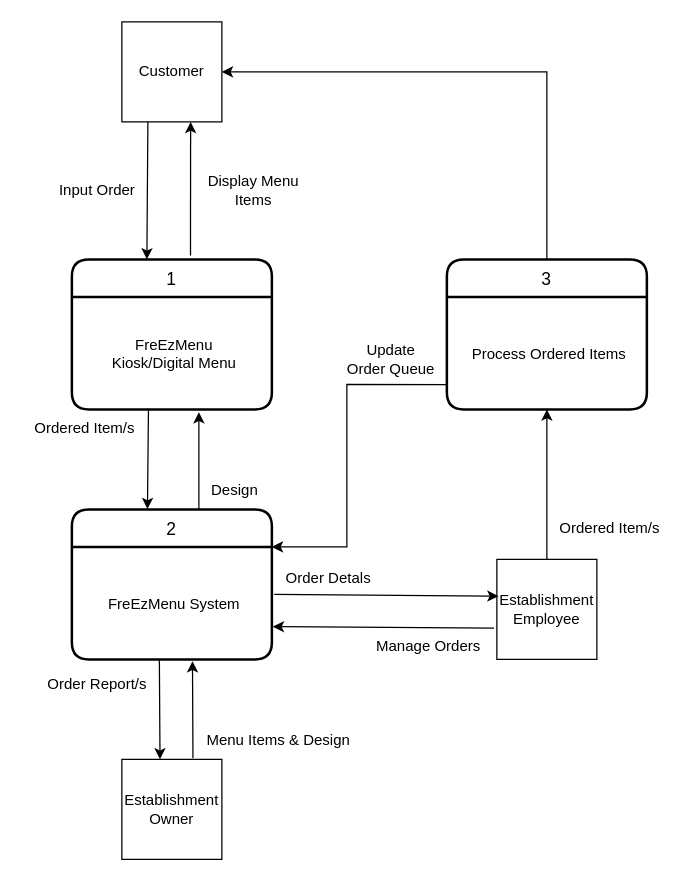
The draw.io diagram DOCS/Diagrams/Data Flow Diagram 1.drawio in alexxGmZ/MenuMaApp, before the edit. Source tidied: cells renumbered, new cells numbered last; positions are measured from the earlier drawing's top-left corner, leaving out a move shared by most shapes. Both pictures are drawn from the tidied source at 125%, with x=0, y=0 at pixel (21, 21).
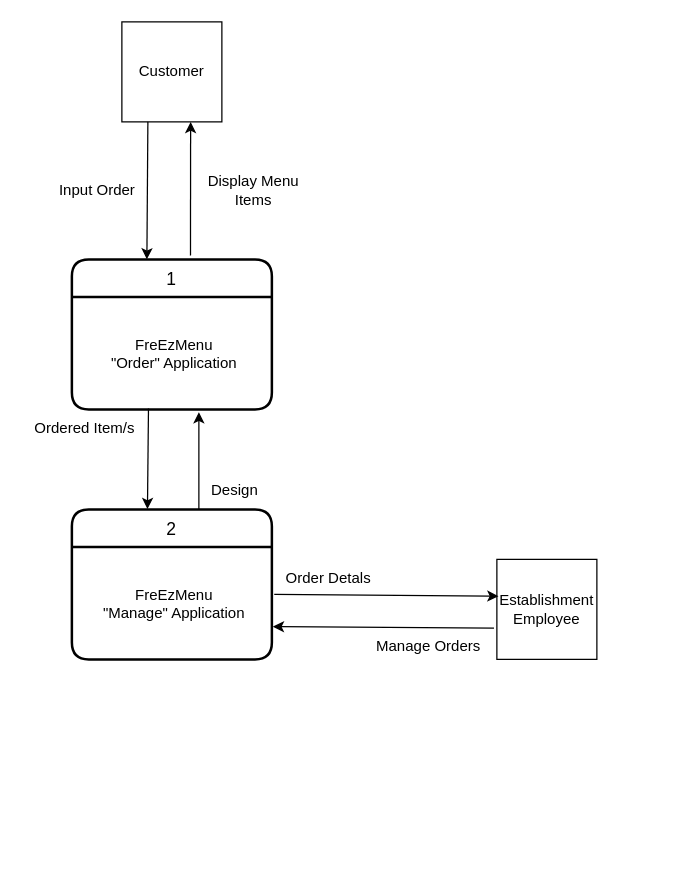
The same diagram, later.

Unchanged cells that the change refers to:
```xml
<mxCell id="2" value="Customer" style="whiteSpace=wrap;html=1;" parent="1" vertex="1">
  <mxGeometry x="80" width="80" height="80" as="geometry" />
</mxCell>
<mxCell id="3" value="Establishment&lt;br&gt;Employee" style="whiteSpace=wrap;html=1;" parent="1" vertex="1">
  <mxGeometry x="380" y="430" width="80" height="80" as="geometry" />
</mxCell>
<mxCell id="5" value="1" style="swimlane;horizontal=1;startSize=30;rounded=1;fontSize=14;fontStyle=0;strokeWidth=2;shadow=0;dashed=0;align=center;" parent="1" vertex="1">
  <mxGeometry x="40" y="190" width="160" height="120" as="geometry" />
</mxCell>
<mxCell id="7" value="2" style="swimlane;horizontal=1;startSize=30;rounded=1;fontSize=14;fontStyle=0;strokeWidth=2;shadow=0;dashed=0;align=center;" parent="1" vertex="1">
  <mxGeometry x="40" y="390" width="160" height="120" as="geometry" />
</mxCell>
```

What changed in the source:
```diff
@@
-    <mxCell id="4" value="Establishment&lt;br&gt;Owner" style="whiteSpace=wrap;html=1;" parent="1" vertex="1">
-      <mxGeometry x="80" y="590" width="80" height="80" as="geometry" />
-    </mxCell>
@@
-    <mxCell id="6" value="FreEzMenu&#10;Kiosk/Digital Menu" style="align=center;strokeColor=none;fillColor=none;spacingLeft=4;fontSize=12;verticalAlign=middle;" parent="5" vertex="1">
+    <mxCell id="6" value="FreEzMenu&#10;&quot;Order&quot; Application" style="align=center;strokeColor=none;fillColor=none;spacingLeft=4;fontSize=12;verticalAlign=middle;" parent="5" vertex="1">
       <mxGeometry y="30" width="160" height="90" as="geometry" />
     </mxCell>
@@
-    <mxCell id="8" value="FreEzMenu System" style="align=center;strokeColor=none;fillColor=none;spacingLeft=4;fontSize=12;verticalAlign=middle;" parent="7" vertex="1">
+    <mxCell id="8" value="FreEzMenu&#10;&quot;Manage&quot; Application" style="align=center;strokeColor=none;fillColor=none;spacingLeft=4;fontSize=12;verticalAlign=middle;" parent="7" vertex="1">
       <mxGeometry y="30" width="160" height="90" as="geometry" />
     </mxCell>
@@
-    <mxCell id="13" style="endArrow=classic;html=1;entryX=0.603;entryY=1.016;entryDx=0;entryDy=0;entryPerimeter=0;exitX=0.711;exitY=-0.012;exitDx=0;exitDy=0;exitPerimeter=0;" parent="1" edge="1" source="4" target="8">
-      <mxGeometry relative="1" as="geometry" />
-    </mxCell>
-    <mxCell id="14" style="endArrow=classic;html=1;entryX=0.378;entryY=-0.002;entryDx=0;entryDy=0;entryPerimeter=0;" parent="1" edge="1">
-      <mxGeometry relative="1" as="geometry">
-        <mxPoint x="110" y="510" as="sourcePoint" />
-        <mxPoint x="110.5" y="590" as="targetPoint" />
-      </mxGeometry>
-    </mxCell>
-    <mxCell id="15" value="3" style="swimlane;horizontal=1;startSize=30;rounded=1;fontSize=14;fontStyle=0;strokeWidth=2;shadow=0;dashed=0;align=center;" parent="1" vertex="1">
-      <mxGeometry x="340" y="190" width="160" height="120" as="geometry" />
-    </mxCell>
-    <mxCell id="16" value="Process Ordered Items" style="align=center;strokeColor=none;fillColor=none;spacingLeft=4;fontSize=12;verticalAlign=middle;" parent="15" vertex="1">
-      <mxGeometry y="30" width="160" height="90" as="geometry" />
-    </mxCell>
-    <mxCell id="17" style="endArrow=classic;html=1;entryX=0.5;entryY=1;entryDx=0;entryDy=0;rounded=0;exitX=0.5;exitY=0;exitDx=0;exitDy=0;" parent="1" edge="1" source="3" target="16">
-      <mxGeometry relative="1" as="geometry" />
-    </mxCell>
-    <mxCell id="18" style="endArrow=classic;html=1;rounded=0;entryX=1;entryY=0.5;entryDx=0;entryDy=0;exitX=0.5;exitY=0;exitDx=0;exitDy=0;" parent="1" edge="1" source="15" target="2">
-      <mxGeometry relative="1" as="geometry">
-        <Array as="points">
-          <mxPoint x="420" y="40" />
-        </Array>
-      </mxGeometry>
-    </mxCell>
-    <mxCell id="19" value="Ordered Item/s" style="text;html=1;align=center;verticalAlign=middle;strokeColor=none;fillColor=none;" parent="1" vertex="1">
-      <mxGeometry x="420" y="390" width="100" height="30" as="geometry" />
-    </mxCell>
@@
-    <mxCell id="24" value="Order Report/s" style="text;html=1;align=center;verticalAlign=middle;strokeColor=none;fillColor=none;" parent="1" vertex="1">
-      <mxGeometry x="10" y="515" width="100" height="30" as="geometry" />
-    </mxCell>
-    <mxCell id="25" value="Menu Items &amp;amp; Design" style="text;html=1;align=center;verticalAlign=middle;strokeColor=none;fillColor=none;" parent="1" vertex="1">
-      <mxGeometry x="135" y="560" width="140" height="30" as="geometry" />
-    </mxCell>
@@
-    <mxCell id="30" style="endArrow=classic;html=1;rounded=0;entryX=1;entryY=0.25;entryDx=0;entryDy=0;exitX=0.005;exitY=0.78;exitDx=0;exitDy=0;exitPerimeter=0;" parent="1" edge="1" source="16" target="7">
-      <mxGeometry relative="1" as="geometry">
-        <Array as="points">
-          <mxPoint x="260" y="290" />
-          <mxPoint x="260" y="420" />
-        </Array>
-      </mxGeometry>
-    </mxCell>
-    <mxCell id="31" value="Update &lt;br&gt;Order Queue" style="text;html=1;align=center;verticalAlign=middle;strokeColor=none;fillColor=none;" parent="1" vertex="1">
-      <mxGeometry x="250" y="250" width="90" height="40" as="geometry" />
-    </mxCell>
```
